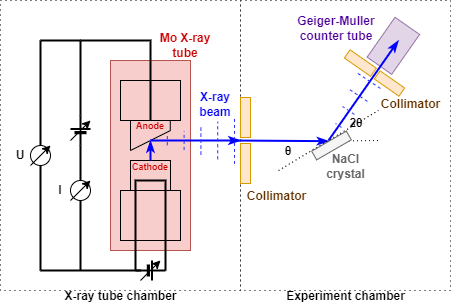
This is Lab2 - X-ray Apparatus/Figures/ExperimentDiagram.png from parallax-xallaraq/PHSX616, a draw.io export, as it was before one commit. Source tidied: cells renumbered, new cells last; positions are measured from the earlier drawing's top-left corner, leaving out a move shared by most shapes.
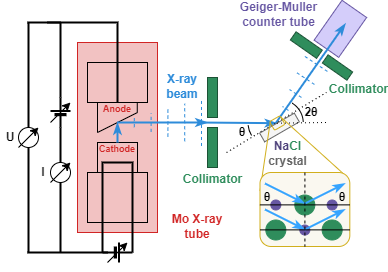
The same diagram one commit later.

Diff of the diagram source:
```diff
@@ -4,16 +4,10 @@
     <mxCell id="1" parent="0" />
-    <mxCell id="2" style="rounded=0;whiteSpace=wrap;html=1;fillColor=#e1d5e7;rotation=-55;strokeColor=#9673a6;" parent="1" vertex="1">
-      <mxGeometry x="368.5" y="30.3" width="48.6" height="30" as="geometry" />
+    <mxCell id="2" style="rounded=0;whiteSpace=wrap;html=1;fillColor=#D4CDFA;rotation=-55;strokeColor=#6757A3;" parent="1" vertex="1">
+      <mxGeometry x="348.5" y="31.3" width="48.6" height="30" as="geometry" />
     </mxCell>
-    <mxCell id="3" style="rounded=0;whiteSpace=wrap;html=1;fillColor=none;strokeWidth=1;dashed=1;dashPattern=1 4;" parent="1" vertex="1">
-      <mxGeometry x="240" width="210" height="290" as="geometry" />
-    </mxCell>
-    <mxCell id="4" style="rounded=0;whiteSpace=wrap;html=1;fillColor=none;strokeWidth=1;dashed=1;dashPattern=1 4;" parent="1" vertex="1">
-      <mxGeometry width="240" height="290" as="geometry" />
-    </mxCell>
-    <mxCell id="5" style="rounded=0;whiteSpace=wrap;html=1;fillColor=#f8cecc;strokeColor=#b85450;" parent="1" vertex="1">
+    <mxCell id="5" style="rounded=0;whiteSpace=wrap;html=1;fillColor=#F2C2C2;strokeColor=#D12525;" parent="1" vertex="1">
       <mxGeometry x="110" y="60" width="80" height="190" as="geometry" />
     </mxCell>
-    <mxCell id="6" style="rounded=0;whiteSpace=wrap;html=1;fillColor=#ffe6cc;strokeColor=#d79b00;" parent="1" vertex="1">
-      <mxGeometry x="240" y="97" width="10" height="40" as="geometry" />
+    <mxCell id="6" style="rounded=0;whiteSpace=wrap;html=1;fillColor=#2F8D5C;strokeColor=#1B5235;" parent="1" vertex="1">
+      <mxGeometry x="240" y="95" width="10" height="40" as="geometry" />
     </mxCell>
@@ -64,3 +58,3 @@
       <mxGeometry relative="1" as="geometry">
-        <mxPoint x="80" y="40" as="targetPoint" />
+        <mxPoint x="93" y="40" as="targetPoint" />
       </mxGeometry>
@@ -71,3 +65,3 @@
     <mxCell id="17" style="verticalLabelPosition=bottom;shadow=0;dashed=0;align=center;fillColor=strokeColor;html=1;verticalAlign=top;strokeWidth=2;shape=mxgraph.electrical.miscellaneous.monocell_battery;rotation=-90;" parent="1" vertex="1">
-      <mxGeometry x="65" y="120" width="30" height="20" as="geometry" />
+      <mxGeometry x="78" y="120" width="30" height="20" as="geometry" />
     </mxCell>
@@ -75,3 +69,3 @@
       <mxGeometry relative="1" as="geometry">
-        <mxPoint x="80" y="270" as="sourcePoint" />
+        <mxPoint x="93" y="270" as="sourcePoint" />
       </mxGeometry>
@@ -79,3 +73,3 @@
     <mxCell id="19" style="ellipse;whiteSpace=wrap;html=1;" parent="1" vertex="1">
-      <mxGeometry x="70" y="180" width="20" height="20" as="geometry" />
+      <mxGeometry x="83" y="180" width="20" height="20" as="geometry" />
     </mxCell>
@@ -84,3 +78,3 @@
         <mxPoint x="140" y="270" as="sourcePoint" />
-        <mxPoint x="40" y="270" as="targetPoint" />
+        <mxPoint x="60" y="270" as="targetPoint" />
       </mxGeometry>
@@ -89,4 +83,4 @@
       <mxGeometry relative="1" as="geometry">
-        <mxPoint x="80" y="40" as="sourcePoint" />
-        <mxPoint x="40" y="40" as="targetPoint" />
+        <mxPoint x="93" y="40" as="sourcePoint" />
+        <mxPoint x="60" y="40" as="targetPoint" />
       </mxGeometry>
@@ -95,3 +89,3 @@
       <mxGeometry relative="1" as="geometry">
-        <mxPoint x="40" y="40" as="targetPoint" />
+        <mxPoint x="61" y="40" as="targetPoint" />
       </mxGeometry>
@@ -100,3 +94,3 @@
       <mxGeometry relative="1" as="geometry">
-        <mxPoint x="40" y="270" as="sourcePoint" />
+        <mxPoint x="61" y="270" as="sourcePoint" />
       </mxGeometry>
@@ -104,3 +98,3 @@
     <mxCell id="24" style="ellipse;whiteSpace=wrap;html=1;" parent="1" vertex="1">
-      <mxGeometry x="30" y="145" width="20" height="20" as="geometry" />
+      <mxGeometry x="51" y="145" width="20" height="20" as="geometry" />
     </mxCell>
@@ -108,4 +102,4 @@
       <mxGeometry relative="1" as="geometry">
-        <mxPoint x="30" y="165" as="sourcePoint" />
-        <mxPoint x="50" y="145" as="targetPoint" />
+        <mxPoint x="51" y="165" as="sourcePoint" />
+        <mxPoint x="71" y="145" as="targetPoint" />
       </mxGeometry>
@@ -114,4 +108,4 @@
       <mxGeometry relative="1" as="geometry">
-        <mxPoint x="70" y="200" as="sourcePoint" />
-        <mxPoint x="90" y="180" as="targetPoint" />
+        <mxPoint x="83" y="200" as="sourcePoint" />
+        <mxPoint x="103" y="180" as="targetPoint" />
       </mxGeometry>
@@ -120,4 +114,4 @@
       <mxGeometry relative="1" as="geometry">
-        <mxPoint x="70" y="140" as="sourcePoint" />
-        <mxPoint x="90" y="120" as="targetPoint" />
+        <mxPoint x="83" y="140" as="sourcePoint" />
+        <mxPoint x="103" y="120" as="targetPoint" />
       </mxGeometry>
@@ -131,8 +125,8 @@
     <mxCell id="29" value="&lt;b&gt;U&lt;/b&gt;" style="text;html=1;strokeColor=none;fillColor=none;align=center;verticalAlign=middle;whiteSpace=wrap;rounded=0;" parent="1" vertex="1">
-      <mxGeometry x="10" y="145" width="20" height="20" as="geometry" />
+      <mxGeometry x="33" y="145" width="20" height="20" as="geometry" />
     </mxCell>
     <mxCell id="30" value="&lt;b&gt;I&lt;/b&gt;" style="text;html=1;strokeColor=none;fillColor=none;align=center;verticalAlign=middle;whiteSpace=wrap;rounded=0;" parent="1" vertex="1">
-      <mxGeometry x="50" y="180" width="20" height="20" as="geometry" />
+      <mxGeometry x="66" y="180" width="20" height="20" as="geometry" />
     </mxCell>
-    <mxCell id="31" style="endArrow=classicThin;html=1;rounded=0;exitX=0.5;exitY=0;exitDx=0;exitDy=0;strokeColor=#0000FF;strokeWidth=2;endFill=1;" parent="1" edge="1" source="7">
+    <mxCell id="31" style="endArrow=classicThin;html=1;rounded=0;exitX=0.5;exitY=0;exitDx=0;exitDy=0;strokeColor=#2E8CDA;strokeWidth=2;endFill=1;" parent="1" edge="1" source="7">
       <mxGeometry relative="1" as="geometry">
@@ -141,3 +135,3 @@
     </mxCell>
-    <mxCell id="32" style="endArrow=classicThin;html=1;rounded=0;exitX=0.5;exitY=0;exitDx=0;exitDy=0;strokeColor=#0000FF;strokeWidth=2;endFill=1;" parent="1" edge="1">
+    <mxCell id="32" style="endArrow=classicThin;html=1;rounded=0;exitX=0.5;exitY=0;exitDx=0;exitDy=0;strokeColor=#2E8CDA;strokeWidth=2;endFill=1;" parent="1" edge="1">
       <mxGeometry relative="1" as="geometry">
@@ -147,3 +141,3 @@
     </mxCell>
-    <mxCell id="33" style="shape=mxgraph.arrows2.wedgeArrowDashed2;html=1;startWidth=23.46153846153846;stepSize=15;rounded=0;strokeColor=#3333FF;dashed=1;" parent="1" edge="1">
+    <mxCell id="33" style="shape=mxgraph.arrows2.wedgeArrowDashed2;html=1;startWidth=23.46153846153846;stepSize=15;rounded=0;strokeColor=#2E8CDA;dashed=1;fontColor=#BBE7EB;" parent="1" edge="1">
       <mxGeometry relative="1" as="geometry">
@@ -156,6 +150,6 @@
     </mxCell>
-    <mxCell id="35" style="rounded=0;whiteSpace=wrap;html=1;fillColor=#ffe6cc;strokeColor=#d79b00;" parent="1" vertex="1">
-      <mxGeometry x="240" y="143" width="10" height="40" as="geometry" />
+    <mxCell id="35" style="rounded=0;whiteSpace=wrap;html=1;fillColor=#2F8D5C;strokeColor=#1B5235;" parent="1" vertex="1">
+      <mxGeometry x="240" y="145" width="10" height="40" as="geometry" />
     </mxCell>
-    <mxCell id="36" style="endArrow=classicThin;html=1;rounded=0;exitX=0.5;exitY=0;exitDx=0;exitDy=0;strokeColor=#0000FF;strokeWidth=2;entryX=0;entryY=0.5;entryDx=0;entryDy=0;endFill=1;" parent="1" edge="1" target="45">
+    <mxCell id="36" style="endArrow=classicThin;html=1;rounded=0;exitX=0.5;exitY=0;exitDx=0;exitDy=0;strokeColor=#2E8CDA;strokeWidth=2;entryX=0;entryY=0.5;entryDx=0;entryDy=0;endFill=1;" parent="1" edge="1" target="45">
       <mxGeometry relative="1" as="geometry">
@@ -166,27 +160,22 @@
       <mxGeometry relative="1" as="geometry">
-        <mxPoint x="278" y="170" as="sourcePoint" />
-        <mxPoint x="378" y="110" as="targetPoint" />
+        <mxPoint x="259" y="170" as="sourcePoint" />
+        <mxPoint x="359" y="110" as="targetPoint" />
       </mxGeometry>
     </mxCell>
-    <mxCell id="38" style="endArrow=classicThin;html=1;rounded=0;exitX=0.5;exitY=0;exitDx=0;exitDy=0;strokeColor=#0000FF;strokeWidth=2;endFill=1;" parent="1" edge="1">
+    <mxCell id="38" style="endArrow=classicThin;html=1;rounded=0;exitX=0.5;exitY=0;exitDx=0;exitDy=0;strokeColor=#2E8CDA;strokeWidth=2;endFill=1;" parent="1" edge="1">
       <mxGeometry relative="1" as="geometry">
-        <mxPoint x="328" y="140" as="sourcePoint" />
-        <mxPoint x="398" y="40" as="targetPoint" />
+        <mxPoint x="308" y="141" as="sourcePoint" />
+        <mxPoint x="378" y="41" as="targetPoint" />
       </mxGeometry>
     </mxCell>
-    <mxCell id="39" style="endArrow=none;dashed=1;html=1;dashPattern=1 3;strokeWidth=1;rounded=0;exitX=0;exitY=0.5;exitDx=0;exitDy=0;" parent="1" edge="1" source="45">
-      <mxGeometry relative="1" as="geometry">
-        <mxPoint x="378" y="140" as="targetPoint" />
-      </mxGeometry>
-    </mxCell>
-    <mxCell id="40" style="rounded=0;whiteSpace=wrap;html=1;fillColor=#ffe6cc;rotation=-55;strokeColor=#d79b00;" parent="1" vertex="1">
-      <mxGeometry x="354.8" y="46.6" width="10" height="32" as="geometry" />
+    <mxCell id="40" style="rounded=0;whiteSpace=wrap;html=1;fillColor=#2F8D5C;rotation=-55;strokeColor=#1B5235;" parent="1" vertex="1">
+      <mxGeometry x="333.8" y="46.6" width="10" height="32" as="geometry" />
     </mxCell>
-    <mxCell id="41" style="rounded=0;whiteSpace=wrap;html=1;fillColor=#ffe6cc;rotation=-55;strokeColor=#d79b00;" parent="1" vertex="1">
-      <mxGeometry x="384" y="68" width="10" height="30" as="geometry" />
+    <mxCell id="41" style="rounded=0;whiteSpace=wrap;html=1;fillColor=#2F8D5C;rotation=-55;strokeColor=#1B5235;" parent="1" vertex="1">
+      <mxGeometry x="365" y="70" width="10" height="30" as="geometry" />
     </mxCell>
-    <mxCell id="42" style="shape=mxgraph.arrows2.wedgeArrowDashed2;html=1;startWidth=14.285714285714285;stepSize=15;rounded=0;strokeColor=#3333FF;dashed=1;" parent="1" edge="1">
+    <mxCell id="42" style="shape=mxgraph.arrows2.wedgeArrowDashed2;html=1;startWidth=14.285714285714285;stepSize=15;rounded=0;strokeColor=#2E8CDA;dashed=1;" parent="1" edge="1">
       <mxGeometry relative="1" as="geometry">
-        <mxPoint x="368" y="80" as="sourcePoint" />
-        <mxPoint x="328" y="140" as="targetPoint" />
+        <mxPoint x="348" y="81" as="sourcePoint" />
+        <mxPoint x="308" y="141" as="targetPoint" />
       </mxGeometry>
@@ -194,40 +183,126 @@
     <mxCell id="43" value="&lt;b&gt;θ&lt;/b&gt;" style="text;html=1;strokeColor=none;fillColor=none;align=center;verticalAlign=middle;whiteSpace=wrap;rounded=0;" parent="1" vertex="1">
-      <mxGeometry x="278" y="141" width="20" height="20" as="geometry" />
+      <mxGeometry x="265" y="140" width="20" height="20" as="geometry" />
     </mxCell>
     <mxCell id="44" value="&lt;b&gt;2θ&lt;/b&gt;" style="text;html=1;strokeColor=none;fillColor=none;align=center;verticalAlign=middle;whiteSpace=wrap;rounded=0;" parent="1" vertex="1">
-      <mxGeometry x="346" y="113" width="20" height="20" as="geometry" />
+      <mxGeometry x="333.5" y="120" width="20" height="20" as="geometry" />
     </mxCell>
     <mxCell id="45" style="rounded=0;whiteSpace=wrap;html=1;rotation=60;fillColor=#f5f5f5;fontColor=#333333;strokeColor=#666666;" parent="1" vertex="1">
-      <mxGeometry x="326" y="125" width="10" height="40" as="geometry" />
+      <mxGeometry x="307" y="125" width="10" height="40" as="geometry" />
     </mxCell>
-    <mxCell id="46" value="&lt;b&gt;NaCl crystal&lt;/b&gt;" style="text;html=1;strokeColor=none;fillColor=none;align=center;verticalAlign=middle;whiteSpace=wrap;rounded=0;fontColor=#666666;" parent="1" vertex="1">
-      <mxGeometry x="313.5" y="152" width="63" height="28" as="geometry" />
+    <mxCell id="46" value="&lt;b&gt;&lt;font color=&quot;#4d417a&quot;&gt;Na&lt;/font&gt;&lt;font color=&quot;#2f8d5c&quot;&gt;Cl&lt;/font&gt; crystal&lt;/b&gt;" style="text;html=1;strokeColor=none;fillColor=none;align=center;verticalAlign=middle;whiteSpace=wrap;rounded=0;fontColor=#666666;" parent="1" vertex="1">
+      <mxGeometry x="289.2" y="157" width="63" height="28" as="geometry" />
     </mxCell>
-    <mxCell id="47" value="&lt;b&gt;Geiger-Muller counter tube&lt;/b&gt;" style="text;html=1;strokeColor=none;fillColor=none;align=center;verticalAlign=middle;whiteSpace=wrap;rounded=0;fontColor=#4C0099;" parent="1" vertex="1">
-      <mxGeometry x="294.5" y="15.7" width="82" height="24.4" as="geometry" />
+    <mxCell id="47" value="&lt;b&gt;Geiger-Muller counter tube&lt;/b&gt;" style="text;html=1;strokeColor=none;fillColor=none;align=center;verticalAlign=middle;whiteSpace=wrap;rounded=0;fontColor=#6757A3;" parent="1" vertex="1">
+      <mxGeometry x="256.5" y="20.1" width="110.8" height="24.4" as="geometry" />
     </mxCell>
-    <mxCell id="48" value="&lt;b&gt;Collimator&lt;/b&gt;" style="text;html=1;strokeColor=none;fillColor=none;align=center;verticalAlign=middle;whiteSpace=wrap;rounded=0;fontColor=#663300;" parent="1" vertex="1">
-      <mxGeometry x="384" y="97" width="53" height="13" as="geometry" />
+    <mxCell id="48" value="&lt;b&gt;Collimator&lt;/b&gt;" style="text;html=1;strokeColor=none;fillColor=none;align=center;verticalAlign=middle;whiteSpace=wrap;rounded=0;fontColor=#2F8D5C;" parent="1" vertex="1">
+      <mxGeometry x="365" y="100" width="53" height="13" as="geometry" />
     </mxCell>
-    <mxCell id="49" value="&lt;font&gt;&lt;b&gt;Mo X-ray tube&lt;/b&gt;&lt;/font&gt;" style="text;html=1;strokeColor=none;fillColor=none;align=center;verticalAlign=middle;whiteSpace=wrap;rounded=0;labelBackgroundColor=none;fontColor=#CC0000;" parent="1" vertex="1">
-      <mxGeometry x="150" y="38.8" width="70" height="13" as="geometry" />
+    <mxCell id="49" value="&lt;font&gt;&lt;b&gt;Mo X-ray tube&lt;/b&gt;&lt;/font&gt;" style="text;html=1;strokeColor=none;fillColor=none;align=center;verticalAlign=middle;whiteSpace=wrap;rounded=0;labelBackgroundColor=none;fontColor=#D12525;" parent="1" vertex="1">
+      <mxGeometry x="195" y="237" width="70" height="13" as="geometry" />
     </mxCell>
-    <mxCell id="50" value="&lt;b&gt;X-ray tube chamber&lt;/b&gt;" style="text;html=1;strokeColor=none;fillColor=none;align=center;verticalAlign=middle;whiteSpace=wrap;rounded=0;" parent="1" vertex="1">
-      <mxGeometry x="58.5" y="290" width="123" height="13" as="geometry" />
-    </mxCell>
-    <mxCell id="51" value="&lt;b&gt;Experiment chamber&lt;/b&gt;" style="text;html=1;strokeColor=none;fillColor=none;align=center;verticalAlign=middle;whiteSpace=wrap;rounded=0;" parent="1" vertex="1">
-      <mxGeometry x="283.5" y="290" width="123" height="13" as="geometry" />
-    </mxCell>
-    <mxCell id="52" value="&lt;b&gt;Collimator&lt;/b&gt;" style="text;html=1;strokeColor=none;fillColor=none;align=center;verticalAlign=middle;whiteSpace=wrap;rounded=0;fontColor=#663300;" parent="1" vertex="1">
-      <mxGeometry x="250" y="190" width="53" height="13" as="geometry" />
+    <mxCell id="52" value="&lt;b&gt;Collimator&lt;/b&gt;" style="text;html=1;strokeColor=none;fillColor=none;align=center;verticalAlign=middle;whiteSpace=wrap;rounded=0;fontColor=#2F8D5C;" parent="1" vertex="1">
+      <mxGeometry x="218.5" y="190" width="53" height="13" as="geometry" />
     </mxCell>
-    <mxCell id="53" value="&lt;font color=&quot;#0000ff&quot;&gt;&lt;b&gt;X-ray beam&lt;/b&gt;&lt;/font&gt;" style="text;html=1;strokeColor=none;fillColor=none;align=center;verticalAlign=middle;whiteSpace=wrap;rounded=0;" parent="1" vertex="1">
+    <mxCell id="53" value="&lt;font&gt;&lt;b&gt;X-ray beam&lt;/b&gt;&lt;/font&gt;" style="text;html=1;strokeColor=none;fillColor=none;align=center;verticalAlign=middle;whiteSpace=wrap;rounded=0;fontColor=#2E8CDA;" parent="1" vertex="1">
       <mxGeometry x="190" y="91.8" width="50" height="23.5" as="geometry" />
     </mxCell>
-    <mxCell id="54" value="&lt;font size=&quot;1&quot;&gt;&lt;b style=&quot;font-size: 9px;&quot;&gt;Anode&lt;/b&gt;&lt;/font&gt;" style="text;html=1;strokeColor=none;fillColor=none;align=center;verticalAlign=middle;whiteSpace=wrap;rounded=0;labelBackgroundColor=none;fontColor=#CC0000;" parent="1" vertex="1">
+    <mxCell id="54" value="&lt;font size=&quot;1&quot;&gt;&lt;b style=&quot;font-size: 9px;&quot;&gt;Anode&lt;/b&gt;&lt;/font&gt;" style="text;html=1;strokeColor=none;fillColor=none;align=center;verticalAlign=middle;whiteSpace=wrap;rounded=0;labelBackgroundColor=none;fontColor=#D12525;" parent="1" vertex="1">
       <mxGeometry x="105" y="119" width="90" height="13" as="geometry" />
     </mxCell>
-    <mxCell id="55" value="&lt;font size=&quot;1&quot;&gt;&lt;b style=&quot;font-size: 9px;&quot;&gt;Cathode&lt;/b&gt;&lt;/font&gt;" style="text;html=1;strokeColor=none;fillColor=none;align=center;verticalAlign=middle;whiteSpace=wrap;rounded=0;labelBackgroundColor=none;fontColor=#CC0000;" parent="1" vertex="1">
+    <mxCell id="55" value="&lt;font size=&quot;1&quot;&gt;&lt;b style=&quot;font-size: 9px;&quot;&gt;Cathode&lt;/b&gt;&lt;/font&gt;" style="text;html=1;strokeColor=none;fillColor=none;align=center;verticalAlign=middle;whiteSpace=wrap;rounded=0;labelBackgroundColor=none;fontColor=#D12525;" parent="1" vertex="1">
       <mxGeometry x="105" y="159.5" width="90" height="13" as="geometry" />
     </mxCell>
+    <mxCell id="56" style="rounded=0;whiteSpace=wrap;html=1;fillColor=#ffe6cc;strokeColor=#d79b00;" parent="1" vertex="1">
+      <mxGeometry x="240" y="55" height="40" as="geometry" />
+    </mxCell>
+    <mxCell id="57" style="endArrow=none;html=1;rounded=0;entryX=0.005;entryY=0.107;entryDx=0;entryDy=0;exitX=0;exitY=0.25;exitDx=0;exitDy=0;strokeColor=#D1AF1D;entryPerimeter=0;" parent="1" edge="1" source="63" target="58">
+      <mxGeometry relative="1" as="geometry" />
+    </mxCell>
+    <mxCell id="58" style="rounded=1;whiteSpace=wrap;html=1;fillColor=none;strokeColor=#D1AF1D;rotation=-30;" parent="1" vertex="1">
+      <mxGeometry x="303.8" y="135.5" width="12.1" height="10" as="geometry" />
+    </mxCell>
+    <mxCell id="59" style="verticalLabelPosition=bottom;verticalAlign=top;html=1;shape=mxgraph.basic.arc;startAngle=0.7021571216913014;endAngle=0.7768001258780505;rotation=-15;" parent="1" vertex="1">
+      <mxGeometry x="280.5" y="117.2" width="46.5" height="46.5" as="geometry" />
+    </mxCell>
+    <mxCell id="60" style="verticalLabelPosition=bottom;verticalAlign=top;html=1;shape=mxgraph.basic.arc;startAngle=0.08708216907011947;endAngle=0.24171816327782725;rotation=0;" parent="1" vertex="1">
+      <mxGeometry x="289.2" y="117.2" width="46.5" height="46.5" as="geometry" />
+    </mxCell>
+    <mxCell id="39" style="endArrow=none;dashed=1;html=1;dashPattern=1 3;strokeWidth=1;rounded=0;exitX=0;exitY=0.5;exitDx=0;exitDy=0;" parent="1" edge="1" source="45">
+      <mxGeometry relative="1" as="geometry">
+        <mxPoint x="359" y="140" as="targetPoint" />
+      </mxGeometry>
+    </mxCell>
+    <mxCell id="61" style="endArrow=none;html=1;rounded=0;entryX=0.993;entryY=0.149;entryDx=0;entryDy=0;exitX=0.925;exitY=0.013;exitDx=0;exitDy=0;strokeColor=#D1AF1D;exitPerimeter=0;entryPerimeter=0;" parent="1" edge="1" source="63" target="58">
+      <mxGeometry relative="1" as="geometry" />
+    </mxCell>
+    <mxCell id="62" style="group;" parent="1" vertex="1">
+      <mxGeometry x="290" y="190" width="94.7" height="74" as="geometry" />
+    </mxCell>
+    <mxCell id="63" style="rounded=1;whiteSpace=wrap;html=1;fillColor=#FAF8F0;strokeColor=#D1AF1D;" parent="62" vertex="1">
+      <mxGeometry x="2.5" width="89.8" height="74" as="geometry" />
+    </mxCell>
+    <mxCell id="64" style="ellipse;whiteSpace=wrap;html=1;fillColor=#6757A3;strokeColor=#6757A3;" parent="62" vertex="1">
+      <mxGeometry x="13.3" y="27.5" width="10" height="10" as="geometry" />
+    </mxCell>
+    <mxCell id="65" style="ellipse;whiteSpace=wrap;html=1;fillColor=#6757A3;strokeColor=#6757A3;" parent="62" vertex="1">
+      <mxGeometry x="69.6" y="27.5" width="10" height="10" as="geometry" />
+    </mxCell>
+    <mxCell id="66" style="ellipse;whiteSpace=wrap;html=1;fillColor=#2F8D5C;strokeColor=#2F8D5C;" parent="62" vertex="1">
+      <mxGeometry x="64.6" y="47.5" width="20" height="20" as="geometry" />
+    </mxCell>
+    <mxCell id="67" style="ellipse;whiteSpace=wrap;html=1;fillColor=#2F8D5C;strokeColor=#2F8D5C;" parent="62" vertex="1">
+      <mxGeometry x="8.3" y="47.5" width="20" height="20" as="geometry" />
+    </mxCell>
+    <mxCell id="68" style="ellipse;whiteSpace=wrap;html=1;fillColor=#2F8D5C;strokeColor=#2F8D5C;" parent="62" vertex="1">
+      <mxGeometry x="37.3" y="22.5" width="20" height="20" as="geometry" />
+    </mxCell>
+    <mxCell id="69" style="ellipse;whiteSpace=wrap;html=1;fillColor=#6757A3;strokeColor=#6757A3;" parent="62" vertex="1">
+      <mxGeometry x="42.3" y="52.5" width="10" height="10" as="geometry" />
+    </mxCell>
+    <mxCell id="70" style="endArrow=classicThin;html=1;rounded=0;strokeColor=#35A4FF;strokeWidth=2;endFill=1;" parent="62" edge="1">
+      <mxGeometry relative="1" as="geometry">
+        <mxPoint x="7.5" y="37" as="sourcePoint" />
+        <mxPoint x="47.5" y="57" as="targetPoint" />
+      </mxGeometry>
+    </mxCell>
+    <mxCell id="71" style="endArrow=classicThin;html=1;rounded=0;strokeColor=#35A4FF;strokeWidth=2;endFill=1;" parent="62" edge="1">
+      <mxGeometry relative="1" as="geometry">
+        <mxPoint x="7.5" y="11" as="sourcePoint" />
+        <mxPoint x="47.5" y="31" as="targetPoint" />
+      </mxGeometry>
+    </mxCell>
+    <mxCell id="72" style="endArrow=classicThin;html=1;rounded=0;strokeColor=#35A4FF;strokeWidth=2;endFill=1;" parent="62" edge="1">
+      <mxGeometry relative="1" as="geometry">
+        <mxPoint x="47.5" y="31" as="sourcePoint" />
+        <mxPoint x="87.5" y="11" as="targetPoint" />
+      </mxGeometry>
+    </mxCell>
+    <mxCell id="73" style="endArrow=classicThin;html=1;rounded=0;strokeColor=#35A4FF;strokeWidth=2;endFill=1;" parent="62" edge="1">
+      <mxGeometry relative="1" as="geometry">
+        <mxPoint x="47.5" y="57" as="sourcePoint" />
+        <mxPoint x="87.5" y="37" as="targetPoint" />
+      </mxGeometry>
+    </mxCell>
+    <mxCell id="74" style="endArrow=none;html=1;strokeWidth=1;rounded=0;exitX=1;exitY=0.5;exitDx=0;exitDy=0;entryX=0;entryY=0.5;entryDx=0;entryDy=0;" parent="62" edge="1">
+      <mxGeometry relative="1" as="geometry">
+        <mxPoint x="92.2" y="32.4" as="sourcePoint" />
+        <mxPoint x="2.4" y="32.4" as="targetPoint" />
+      </mxGeometry>
+    </mxCell>
+    <mxCell id="75" style="endArrow=none;html=1;strokeWidth=1;rounded=0;exitX=1;exitY=0.5;exitDx=0;exitDy=0;entryX=0;entryY=0.5;entryDx=0;entryDy=0;" parent="62" edge="1">
+      <mxGeometry relative="1" as="geometry">
+        <mxPoint x="92.3" y="57.4" as="sourcePoint" />
+        <mxPoint x="2.5" y="57.4" as="targetPoint" />
+      </mxGeometry>
+    </mxCell>
+    <mxCell id="76" style="endArrow=none;dashed=1;html=1;strokeWidth=1;rounded=0;exitX=0.5;exitY=0;exitDx=0;exitDy=0;entryX=0.5;entryY=1;entryDx=0;entryDy=0;" parent="62" edge="1" source="63" target="63">
+      <mxGeometry relative="1" as="geometry" />
+    </mxCell>
+    <mxCell id="77" value="&lt;b&gt;θ&lt;/b&gt;" style="text;html=1;strokeColor=none;fillColor=none;align=center;verticalAlign=middle;whiteSpace=wrap;rounded=0;" parent="62" vertex="1">
+      <mxGeometry y="15" width="20" height="20" as="geometry" />
+    </mxCell>
+    <mxCell id="78" value="&lt;b&gt;θ&lt;/b&gt;" style="text;html=1;strokeColor=none;fillColor=none;align=center;verticalAlign=middle;whiteSpace=wrap;rounded=0;" parent="62" vertex="1">
+      <mxGeometry x="74.7" y="15" width="20" height="20" as="geometry" />
+    </mxCell>
   </root>
```
